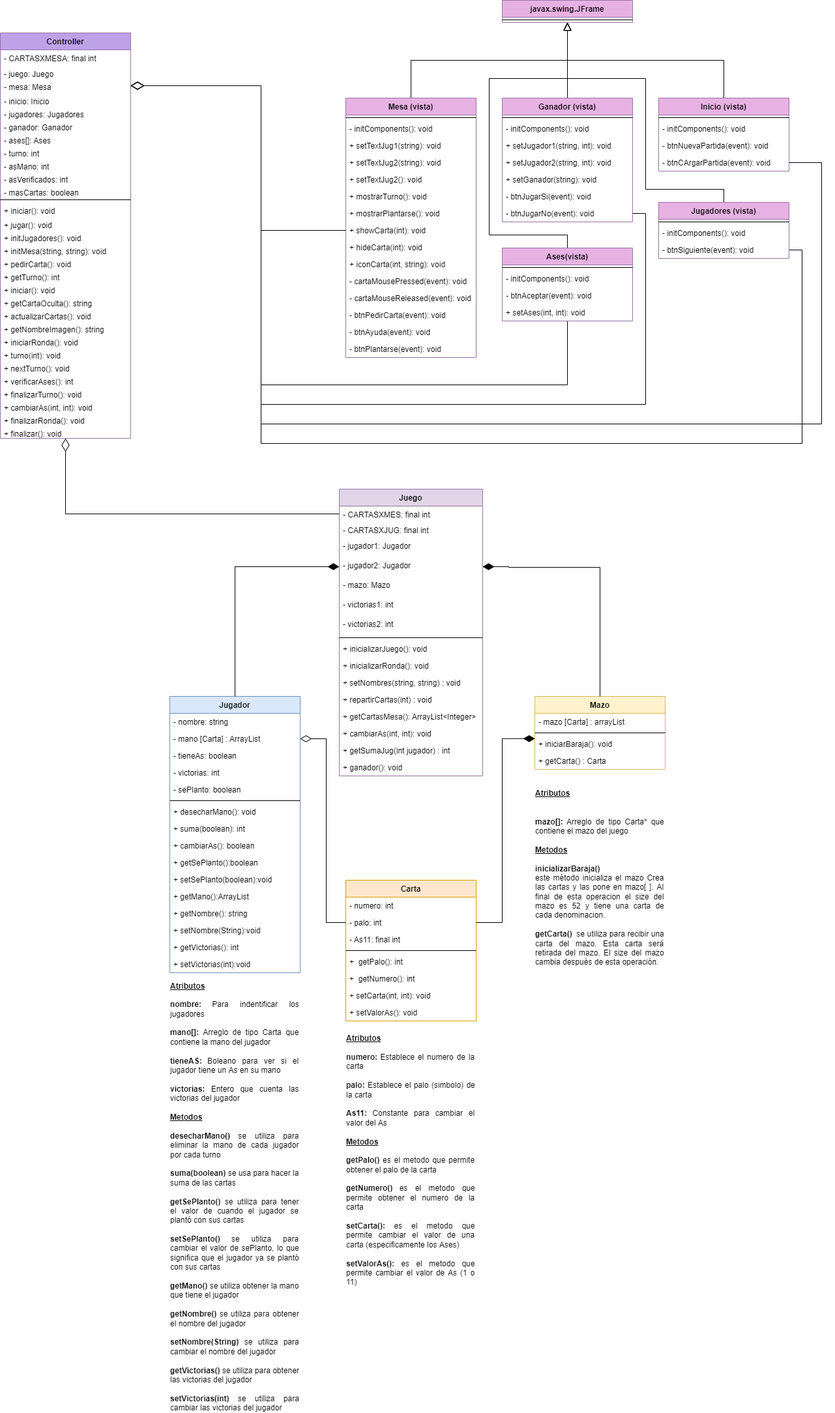
Above: UML_Veintiuno.png in mafe-andres/Veintiuno (draw.io), before the change. Source tidied: cells renumbered, new cells last; positions are measured from the earlier drawing's top-left corner, leaving out a move shared by most shapes.
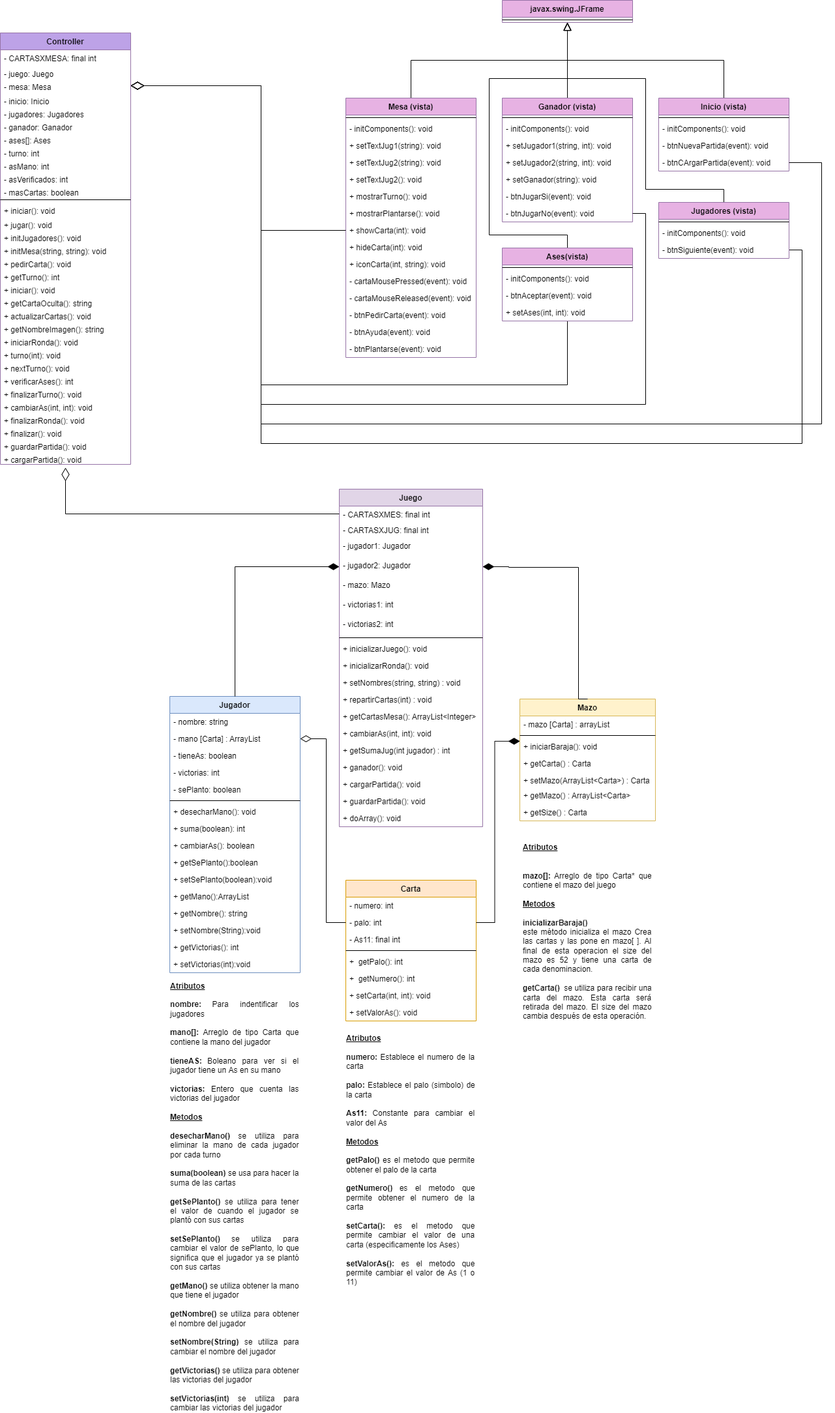
The same file after the commit.

Change to the diagram source:
```diff
@@ -81,22 +81,31 @@
       <mxGeometry y="190" width="200" height="26" as="geometry" />
     </mxCell>
     <mxCell id="28" value="Mazo" style="swimlane;fontStyle=1;align=center;verticalAlign=top;horizontal=1;startSize=26;fillColor=#fff2cc;strokeColor=#d6b656;" parent="1" vertex="1">
-      <mxGeometry x="820" y="1068" width="200" height="112" as="geometry" />
+      <mxGeometry x="797" y="1072" width="208" height="187" as="geometry" />
     </mxCell>
     <mxCell id="29" value="- mazo [Carta] : arrayList" style="text;strokeColor=none;fillColor=none;align=left;verticalAlign=top;spacingLeft=4;spacingRight=4;overflow=hidden;" parent="28" vertex="1">
-      <mxGeometry y="26" width="200" height="26" as="geometry" />
+      <mxGeometry y="26" width="208" height="26" as="geometry" />
     </mxCell>
     <mxCell id="30" style="line;strokeWidth=1;fillColor=none;align=left;verticalAlign=middle;spacingTop=-1;spacingLeft=3;spacingRight=3;labelPosition=right;" parent="28" vertex="1">
-      <mxGeometry y="52" width="200" height="8" as="geometry" />
+      <mxGeometry y="52" width="208" height="8" as="geometry" />
     </mxCell>
     <mxCell id="31" value="+ iniciarBaraja(): void" style="text;strokeColor=none;fillColor=none;align=left;verticalAlign=top;spacingLeft=4;spacingRight=4;overflow=hidden;points=[[0,0.5],[1,0.5]];portConstraint=eastwest;" parent="28" vertex="1">
-      <mxGeometry y="60" width="200" height="26" as="geometry" />
+      <mxGeometry y="60" width="208" height="26" as="geometry" />
     </mxCell>
+    <mxCell id="139" value="+ getCarta() : Carta" style="text;strokeColor=none;fillColor=none;align=left;verticalAlign=top;spacingLeft=4;spacingRight=4;overflow=hidden;" parent="28" vertex="1">
+      <mxGeometry y="86" width="208" height="26" as="geometry" />
+    </mxCell>
+    <mxCell id="140" value="+ setMazo(ArrayList&lt;Carta&gt;) : Carta" style="text;strokeColor=none;fillColor=none;align=left;verticalAlign=top;spacingLeft=4;spacingRight=4;overflow=hidden;" parent="28" vertex="1">
+      <mxGeometry y="112" width="208" height="23" as="geometry" />
+    </mxCell>
+    <mxCell id="141" value="+ getMazo() : ArrayList&lt;Carta&gt;" style="text;strokeColor=none;fillColor=none;align=left;verticalAlign=top;spacingLeft=4;spacingRight=4;overflow=hidden;" parent="28" vertex="1">
+      <mxGeometry y="135" width="208" height="26" as="geometry" />
+    </mxCell>
-    <mxCell id="32" value="+ getCarta() : Carta" style="text;strokeColor=none;fillColor=none;align=left;verticalAlign=top;spacingLeft=4;spacingRight=4;overflow=hidden;" parent="28" vertex="1">
-      <mxGeometry y="86" width="200" height="26" as="geometry" />
+    <mxCell id="32" value="+ getSize() : Carta" style="text;strokeColor=none;fillColor=none;align=left;verticalAlign=top;spacingLeft=4;spacingRight=4;overflow=hidden;" parent="28" vertex="1">
+      <mxGeometry y="161" width="208" height="26" as="geometry" />
     </mxCell>
     <mxCell id="33" value="Juego" style="swimlane;fontStyle=1;align=center;verticalAlign=top;horizontal=1;startSize=26;fillColor=#e1d5e7;strokeColor=#9673a6;" parent="1" vertex="1">
-      <mxGeometry x="520" y="750" width="220" height="440" as="geometry" />
+      <mxGeometry x="520" y="750" width="220" height="518" as="geometry" />
     </mxCell>
     <mxCell id="34" value="- CARTASXMES: final int" style="text;strokeColor=none;fillColor=none;align=left;verticalAlign=top;spacingLeft=4;spacingRight=4;overflow=hidden;points=[[0,0.5],[1,0.5]];portConstraint=eastwest;" parent="33" vertex="1">
       <mxGeometry y="26" width="220" height="24" as="geometry" />
@@ -146,13 +155,22 @@
     <mxCell id="49" value="+ ganador(): void" style="text;strokeColor=none;fillColor=none;align=left;verticalAlign=top;spacingLeft=4;spacingRight=4;overflow=hidden;" parent="33" vertex="1">
       <mxGeometry y="414" width="220" height="26" as="geometry" />
     </mxCell>
+    <mxCell id="142" value="+ cargarPartida(): void" style="text;strokeColor=none;fillColor=none;align=left;verticalAlign=top;spacingLeft=4;spacingRight=4;overflow=hidden;" parent="33" vertex="1">
+      <mxGeometry y="440" width="220" height="26" as="geometry" />
+    </mxCell>
+    <mxCell id="143" value="+ guardarPartida(): void" style="text;strokeColor=none;fillColor=none;align=left;verticalAlign=top;spacingLeft=4;spacingRight=4;overflow=hidden;" parent="33" vertex="1">
+      <mxGeometry y="466" width="220" height="26" as="geometry" />
+    </mxCell>
+    <mxCell id="144" value="+ doArray(): void" style="text;strokeColor=none;fillColor=none;align=left;verticalAlign=top;spacingLeft=4;spacingRight=4;overflow=hidden;" parent="33" vertex="1">
+      <mxGeometry y="492" width="220" height="26" as="geometry" />
+    </mxCell>
     <mxCell id="50" style="edgeStyle=orthogonalEdgeStyle;rounded=0;jettySize=auto;html=1;endArrow=none;endFill=0;endSize=17;startArrow=diamondThin;startFill=0;exitX=1;exitY=0.5;exitDx=0;exitDy=0;entryX=0;entryY=0.5;entryDx=0;entryDy=0;startSize=15;" parent="1" edge="1" source="4" target="21">
       <mxGeometry relative="1" as="geometry" />
     </mxCell>
     <mxCell id="51" value="&lt;div style=&quot;text-align: justify;&quot;&gt;&lt;b style=&quot;background-color: initial;&quot;&gt;&lt;u&gt;Atributos&lt;/u&gt;&lt;/b&gt;&lt;/div&gt;&lt;div style=&quot;text-align: justify;&quot;&gt;&lt;b style=&quot;background-color: initial;&quot;&gt;&lt;u&gt;&lt;br&gt;&lt;/u&gt;&lt;/b&gt;&lt;/div&gt;&lt;div style=&quot;text-align: justify;&quot;&gt;&lt;b style=&quot;background-color: initial;&quot;&gt;nombre: &lt;/b&gt;&lt;span style=&quot;background-color: initial;&quot;&gt;Para indentificar los jugadores&lt;/span&gt;&lt;/div&gt;&lt;div style=&quot;text-align: justify;&quot;&gt;&lt;span style=&quot;background-color: initial;&quot;&gt;&lt;br&gt;&lt;/span&gt;&lt;/div&gt;&lt;div style=&quot;text-align: justify;&quot;&gt;&lt;span style=&quot;background-color: initial;&quot;&gt;&lt;b&gt;mano[]: &lt;/b&gt;Arreglo de tipo Carta que contiene la mano del jugador&lt;/span&gt;&lt;/div&gt;&lt;div style=&quot;text-align: justify;&quot;&gt;&lt;span style=&quot;background-color: initial;&quot;&gt;&lt;br&gt;&lt;/span&gt;&lt;/div&gt;&lt;div style=&quot;text-align: justify;&quot;&gt;&lt;div&gt;&lt;b style=&quot;background-color: initial;&quot;&gt;tieneAS: &lt;/b&gt;&lt;span style=&quot;background-color: initial;&quot;&gt;Boleano para ver si el jugador tiene un As en su mano&lt;/span&gt;&lt;/div&gt;&lt;div&gt;&lt;span style=&quot;background-color: initial;&quot;&gt;&lt;br&gt;&lt;/span&gt;&lt;/div&gt;&lt;div&gt;&lt;span style=&quot;background-color: initial;&quot;&gt;&lt;b&gt;victorias:&amp;nbsp;&lt;/b&gt;Entero que cuenta las victorias del jugador&lt;/span&gt;&lt;/div&gt;&lt;/div&gt;&lt;div style=&quot;text-align: justify;&quot;&gt;&lt;b style=&quot;background-color: initial;&quot;&gt;&lt;u&gt;&lt;br&gt;&lt;/u&gt;&lt;/b&gt;&lt;/div&gt;&lt;div style=&quot;text-align: justify;&quot;&gt;&lt;b style=&quot;background-color: initial;&quot;&gt;&lt;u&gt;Metodos&lt;/u&gt;&lt;/b&gt;&lt;/div&gt;&lt;div style=&quot;text-align: justify;&quot;&gt;&lt;br&gt;&lt;/div&gt;&lt;div style=&quot;text-align: justify;&quot;&gt;&lt;span style=&quot;background-color: initial;&quot;&gt;&lt;b&gt;desecharMano()&amp;nbsp;&lt;/b&gt;se utiliza para eliminar la mano de cada jugador por cada turno&lt;/span&gt;&lt;/div&gt;&lt;div style=&quot;text-align: justify;&quot;&gt;&lt;span style=&quot;background-color: initial;&quot;&gt;&lt;br&gt;&lt;/span&gt;&lt;/div&gt;&lt;div style=&quot;text-align: justify;&quot;&gt;&lt;b&gt;suma(boolean)&amp;nbsp;&lt;/b&gt;se usa para hacer la suma de las cartas&lt;span style=&quot;background-color: initial;&quot;&gt;&lt;br&gt;&lt;/span&gt;&lt;/div&gt;&lt;div style=&quot;text-align: justify;&quot;&gt;&lt;br&gt;&lt;/div&gt;&lt;div style=&quot;text-align: justify;&quot;&gt;&lt;b&gt;getSePlanto()&amp;nbsp;&lt;/b&gt;se utiliza para tener el valor de cuando el jugador se plantó con sus cartas&lt;br&gt;&lt;/div&gt;&lt;div style=&quot;text-align: justify;&quot;&gt;&lt;br&gt;&lt;/div&gt;&lt;div style=&quot;text-align: justify;&quot;&gt;&lt;b&gt;setSePlanto()&amp;nbsp;&lt;/b&gt;se utiliza para cambiar el valor de sePlanto, lo que significa que el jugador ya se plantó con sus cartas&lt;br&gt;&lt;/div&gt;&lt;div style=&quot;text-align: justify;&quot;&gt;&lt;br&gt;&lt;/div&gt;&lt;div style=&quot;text-align: justify;&quot;&gt;&lt;b&gt;getMano()&amp;nbsp;&lt;/b&gt;se utiliza obtener la mano que tiene el jugador&lt;/div&gt;&lt;div style=&quot;text-align: justify;&quot;&gt;&lt;br&gt;&lt;/div&gt;&lt;div style=&quot;text-align: justify;&quot;&gt;&lt;b&gt;getNombre()&amp;nbsp;&lt;/b&gt;se utiliza para obtener el nombre del jugador&lt;br&gt;&lt;/div&gt;&lt;div style=&quot;text-align: justify;&quot;&gt;&lt;br&gt;&lt;/div&gt;&lt;div style=&quot;text-align: justify;&quot;&gt;&lt;b&gt;setNombre(String)&amp;nbsp;&lt;/b&gt;se utiliza para cambiar el nombre del jugador&lt;br&gt;&lt;/div&gt;&lt;div style=&quot;text-align: justify;&quot;&gt;&lt;br&gt;&lt;/div&gt;&lt;div style=&quot;text-align: justify;&quot;&gt;&lt;div&gt;&lt;b&gt;getVictorias()&amp;nbsp;&lt;/b&gt;se utiliza para obtener las victorias del jugador&lt;br&gt;&lt;/div&gt;&lt;div&gt;&lt;br&gt;&lt;/div&gt;&lt;div&gt;&lt;b&gt;setVictorias(int)&amp;nbsp;&lt;/b&gt;se utiliza para cambiar las victorias del jugador&lt;/div&gt;&lt;/div&gt;" style="text;html=1;strokeColor=none;fillColor=none;align=center;verticalAlign=middle;whiteSpace=wrap;rounded=0;" parent="1" vertex="1">
       <mxGeometry x="260" y="1566" width="200" height="540" as="geometry" />
     </mxCell>
-    <mxCell id="52" style="edgeStyle=orthogonalEdgeStyle;rounded=0;jettySize=auto;html=1;exitX=0.5;exitY=1;exitDx=0;exitDy=0;startArrow=diamondThin;startFill=0;endArrow=none;endFill=0;exitPerimeter=0;entryX=0;entryY=0.5;entryDx=0;entryDy=0;startSize=18;endSize=18;" parent="1" edge="1" source="83" target="34">
+    <mxCell id="52" style="edgeStyle=orthogonalEdgeStyle;rounded=0;jettySize=auto;html=1;exitX=0.5;exitY=1.25;exitDx=0;exitDy=0;startArrow=diamondThin;startFill=0;endArrow=none;endFill=0;exitPerimeter=0;entryX=0;entryY=0.5;entryDx=0;entryDy=0;startSize=18;endSize=18;" parent="1" edge="1" source="146" target="34">
       <mxGeometry relative="1" as="geometry">
         <Array as="points">
           <mxPoint x="100" y="788" />
@@ -160,7 +178,7 @@
       </mxGeometry>
     </mxCell>
     <mxCell id="53" value="Controller" style="swimlane;fontStyle=1;align=center;verticalAlign=top;horizontal=1;startSize=26;fillColor=#BDA2E7;strokeColor=#9673a6;" parent="1" vertex="1">
-      <mxGeometry y="50" width="200" height="622" as="geometry" />
+      <mxGeometry y="50" width="200" height="662" as="geometry" />
     </mxCell>
     <mxCell id="54" value="- CARTASXMESA: final int" style="text;strokeColor=none;fillColor=none;align=left;verticalAlign=top;spacingLeft=4;spacingRight=4;overflow=hidden;" parent="53" vertex="1">
       <mxGeometry y="26" width="200" height="24" as="geometry" />
@@ -252,11 +270,17 @@
     <mxCell id="83" value="+ finalizar(): void&#10;" style="text;strokeColor=none;fillColor=none;align=left;verticalAlign=top;spacingLeft=4;spacingRight=4;overflow=hidden;points=[[0,0.5],[1,0.5]];portConstraint=eastwest;" parent="53" vertex="1">
       <mxGeometry y="602" width="200" height="20" as="geometry" />
     </mxCell>
+    <mxCell id="145" value="+ guardarPartida(): void" style="text;strokeColor=none;fillColor=none;align=left;verticalAlign=top;spacingLeft=4;spacingRight=4;overflow=hidden;" parent="53" vertex="1">
+      <mxGeometry y="622" width="200" height="20" as="geometry" />
+    </mxCell>
+    <mxCell id="146" value="+ cargarPartida(): void" style="text;strokeColor=none;fillColor=none;align=left;verticalAlign=top;spacingLeft=4;spacingRight=4;overflow=hidden;points=[[0,0.5],[1,0.5]];portConstraint=eastwest;" parent="53" vertex="1">
+      <mxGeometry y="642" width="200" height="20" as="geometry" />
+    </mxCell>
     <mxCell id="84" value="&lt;div style=&quot;text-align: justify;&quot;&gt;&lt;b style=&quot;background-color: initial;&quot;&gt;&lt;u&gt;Atributos&lt;/u&gt;&lt;/b&gt;&lt;/div&gt;&lt;div style=&quot;text-align: justify;&quot;&gt;&lt;b style=&quot;background-color: initial;&quot;&gt;&lt;u&gt;&lt;br&gt;&lt;/u&gt;&lt;/b&gt;&lt;/div&gt;&lt;div style=&quot;text-align: justify;&quot;&gt;&lt;b style=&quot;background-color: initial;&quot;&gt;numero: &lt;/b&gt;&lt;span style=&quot;background-color: initial;&quot;&gt;Establece el numero de la carta&lt;/span&gt;&lt;/div&gt;&lt;div style=&quot;text-align: justify;&quot;&gt;&lt;span style=&quot;background-color: initial;&quot;&gt;&lt;br&gt;&lt;/span&gt;&lt;/div&gt;&lt;div style=&quot;text-align: justify;&quot;&gt;&lt;span style=&quot;background-color: initial;&quot;&gt;&lt;b&gt;palo: &lt;/b&gt;Establece el palo (simbolo)&amp;nbsp;de la carta&lt;/span&gt;&lt;/div&gt;&lt;div style=&quot;text-align: justify;&quot;&gt;&lt;span style=&quot;background-color: initial;&quot;&gt;&lt;br&gt;&lt;/span&gt;&lt;/div&gt;&lt;div style=&quot;text-align: justify;&quot;&gt;&lt;b&gt;As11: &lt;/b&gt;Constante para cambiar el valor del As&lt;/div&gt;&lt;div style=&quot;text-align: justify;&quot;&gt;&lt;b style=&quot;background-color: initial;&quot;&gt;&lt;u&gt;&lt;br&gt;&lt;/u&gt;&lt;/b&gt;&lt;/div&gt;&lt;div style=&quot;text-align: justify;&quot;&gt;&lt;b style=&quot;background-color: initial;&quot;&gt;&lt;u&gt;Metodos&lt;/u&gt;&lt;/b&gt;&lt;/div&gt;&lt;div style=&quot;text-align: justify;&quot;&gt;&lt;b style=&quot;background-color: initial;&quot;&gt;&lt;br&gt;&lt;/b&gt;&lt;/div&gt;&lt;div style=&quot;text-align: justify;&quot;&gt;&lt;span style=&quot;background-color: initial;&quot;&gt;&lt;b&gt;getPalo()&lt;/b&gt;&amp;nbsp;es el metodo que permite obtener el palo de la carta&lt;/span&gt;&lt;/div&gt;&lt;div style=&quot;text-align: justify;&quot;&gt;&lt;span style=&quot;background-color: initial;&quot;&gt;&lt;br&gt;&lt;/span&gt;&lt;/div&gt;&lt;div style=&quot;text-align: justify;&quot;&gt;&lt;span style=&quot;background-color: initial;&quot;&gt;&lt;b&gt;getNumero() &lt;/b&gt;es el metodo que permite obtener el numero de la carta&lt;/span&gt;&lt;/div&gt;&lt;div style=&quot;text-align: justify;&quot;&gt;&lt;span style=&quot;background-color: initial;&quot;&gt;&lt;br&gt;&lt;/span&gt;&lt;/div&gt;&lt;div style=&quot;text-align: justify;&quot;&gt;&lt;span style=&quot;background-color: initial;&quot;&gt;&lt;b&gt;setCarta(): &lt;/b&gt;es el metodo que permite cambiar el valor de una carta (especificamente los Ases)&lt;/span&gt;&lt;/div&gt;&lt;div style=&quot;text-align: justify;&quot;&gt;&lt;span style=&quot;background-color: initial;&quot;&gt;&lt;br&gt;&lt;/span&gt;&lt;/div&gt;&lt;div style=&quot;text-align: justify;&quot;&gt;&lt;span style=&quot;background-color: initial;&quot;&gt;&lt;b&gt;setValorAs(): &lt;/b&gt;es el metodo que permite cambiar el valor de As (1 o 11)&lt;/span&gt;&lt;/div&gt;" style="text;html=1;strokeColor=none;fillColor=none;align=center;verticalAlign=middle;whiteSpace=wrap;rounded=0;" parent="1" vertex="1">
       <mxGeometry x="530" y="1580" width="200" height="400" as="geometry" />
     </mxCell>
     <mxCell id="85" value="&lt;div style=&quot;text-align: justify;&quot;&gt;&lt;b style=&quot;background-color: initial;&quot;&gt;&lt;u&gt;&lt;br&gt;&lt;/u&gt;&lt;/b&gt;&lt;/div&gt;&lt;div style=&quot;text-align: justify;&quot;&gt;&lt;b style=&quot;background-color: initial;&quot;&gt;&lt;u&gt;&lt;br&gt;&lt;/u&gt;&lt;/b&gt;&lt;/div&gt;&lt;div style=&quot;text-align: justify;&quot;&gt;&lt;b style=&quot;background-color: initial;&quot;&gt;&lt;u&gt;&lt;br&gt;&lt;/u&gt;&lt;/b&gt;&lt;/div&gt;&lt;div style=&quot;text-align: justify;&quot;&gt;&lt;b style=&quot;background-color: initial;&quot;&gt;&lt;u&gt;Atributos&lt;/u&gt;&lt;/b&gt;&lt;br&gt;&lt;/div&gt;&lt;div style=&quot;text-align: justify;&quot;&gt;&lt;b style=&quot;background-color: initial;&quot;&gt;&lt;u&gt;&lt;br&gt;&lt;/u&gt;&lt;/b&gt;&lt;/div&gt;&lt;div style=&quot;text-align: justify;&quot;&gt;&lt;br&gt;&lt;/div&gt;&lt;div style=&quot;text-align: justify;&quot;&gt;&lt;span style=&quot;background-color: initial;&quot;&gt;&lt;b&gt;mazo[]: &lt;/b&gt;Arreglo de tipo Carta* que contiene el mazo del juego&lt;/span&gt;&lt;/div&gt;&lt;div style=&quot;text-align: justify;&quot;&gt;&lt;b style=&quot;background-color: initial;&quot;&gt;&lt;u&gt;&lt;br&gt;&lt;/u&gt;&lt;/b&gt;&lt;/div&gt;&lt;div style=&quot;text-align: justify;&quot;&gt;&lt;b style=&quot;background-color: initial;&quot;&gt;&lt;u&gt;Metodos&lt;/u&gt;&lt;/b&gt;&lt;/div&gt;&lt;div style=&quot;text-align: justify;&quot;&gt;&lt;b style=&quot;background-color: initial;&quot;&gt;&lt;br&gt;&lt;/b&gt;&lt;/div&gt;&lt;div style=&quot;text-align: justify;&quot;&gt;&lt;b style=&quot;background-color: initial;&quot;&gt;inicializarBaraja()&lt;/b&gt;&lt;span style=&quot;background-color: initial;&quot;&gt;&amp;nbsp;&lt;br&gt;este método inicializa el mazo Crea las cartas y las pone en mazo[ ]. Al final de esta operacion el size del mazo es 52 y tiene una carta de cada denominacion.&lt;/span&gt;&lt;/div&gt;&lt;div style=&quot;text-align: justify;&quot;&gt;&lt;span style=&quot;background-color: initial;&quot;&gt;&lt;br&gt;&lt;/span&gt;&lt;/div&gt;&lt;div style=&quot;text-align: justify;&quot;&gt;&lt;span style=&quot;background-color: initial;&quot;&gt;&lt;b&gt;getCarta()&amp;nbsp;&amp;nbsp;&lt;/b&gt;se utiliza para recibir una carta del mazo. Esta carta será retirada del mazo. El size del mazo cambia después de esta operación.&lt;/span&gt;&lt;/div&gt;" style="text;html=1;strokeColor=none;fillColor=none;align=center;verticalAlign=middle;whiteSpace=wrap;rounded=0;" parent="1" vertex="1">
-      <mxGeometry x="820" y="1190" width="200" height="270" as="geometry" />
+      <mxGeometry x="801" y="1273" width="200" height="270" as="geometry" />
     </mxCell>
     <mxCell id="86" style="edgeStyle=orthogonalEdgeStyle;rounded=0;jettySize=auto;html=1;startArrow=diamondThin;startFill=1;endArrow=none;endFill=0;exitX=0.001;exitY=0.185;exitDx=0;exitDy=0;entryX=1;entryY=0.5;entryDx=0;entryDy=0;exitPerimeter=0;endSize=20;startSize=15;" parent="1" edge="1" source="31" target="21">
       <mxGeometry relative="1" as="geometry" />
@@ -265,8 +289,8 @@
       <mxGeometry relative="1" as="geometry">
         <Array as="points">
           <mxPoint x="780" y="869" />
-          <mxPoint x="780" y="870" />
-          <mxPoint x="920" y="870" />
+          <mxPoint x="887" y="870" />
+          <mxPoint x="887" y="1008" />
         </Array>
       </mxGeometry>
     </mxCell>
```
